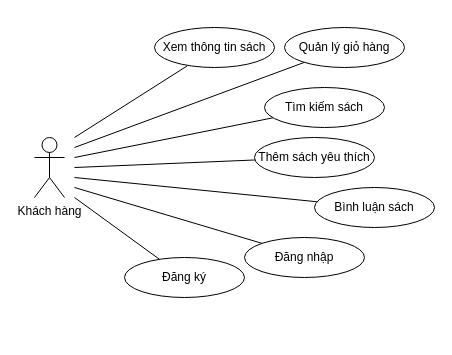
Before: page "KhachHang" (2 of 5) of usecase.drawio in QuangHuy2201/FinalProject-Diagrams, a draw.io diagram. Source tidied: cells renumbered, new cells numbered last; positions are measured from the earlier drawing's top-left corner, leaving out a move shared by most shapes. Both pictures are drawn from the tidied source at 100%, with x=0, y=0 at pixel (34, 27).
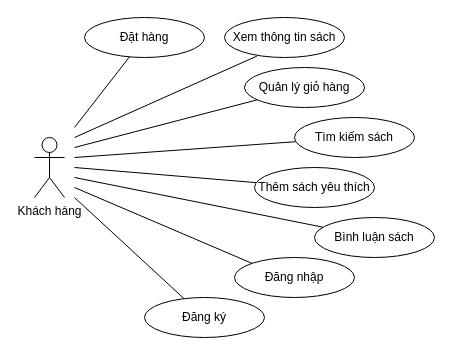
The same diagram, later.

What changed in the source:
```diff
@@
     <mxCell id="4" value="Đăng ký" style="ellipse;whiteSpace=wrap;html=1;" parent="1" vertex="1">
-      <mxGeometry x="90" y="230" width="120" height="40" as="geometry" />
+      <mxGeometry x="110" y="270" width="120" height="40" as="geometry" />
     </mxCell>
     <mxCell id="5" value="Xem thông tin sách" style="ellipse;whiteSpace=wrap;html=1;" parent="1" vertex="1">
-      <mxGeometry x="120" width="120" height="40" as="geometry" />
+      <mxGeometry x="190" y="-10" width="120" height="40" as="geometry" />
     </mxCell>
@@
     <mxCell id="7" value="Quản lý giỏ hàng" style="ellipse;whiteSpace=wrap;html=1;" parent="1" vertex="1">
-      <mxGeometry x="250" width="120" height="40" as="geometry" />
+      <mxGeometry x="210" y="40" width="120" height="40" as="geometry" />
     </mxCell>
@@
     <mxCell id="9" value="Tìm kiếm sách" style="ellipse;whiteSpace=wrap;html=1;" parent="1" vertex="1">
-      <mxGeometry x="230" y="60" width="120" height="40" as="geometry" />
+      <mxGeometry x="260" y="90" width="120" height="40" as="geometry" />
     </mxCell>
@@
     <mxCell id="11" value="Đăng nhập" style="ellipse;whiteSpace=wrap;html=1;" parent="1" vertex="1">
-      <mxGeometry x="210" y="210" width="120" height="40" as="geometry" />
+      <mxGeometry x="200" y="230" width="120" height="40" as="geometry" />
     </mxCell>
@@
     <mxCell id="14" value="Bình luận sách" style="ellipse;whiteSpace=wrap;html=1;" parent="1" vertex="1">
-      <mxGeometry x="280" y="160" width="120" height="40" as="geometry" />
+      <mxGeometry x="280" y="190" width="120" height="40" as="geometry" />
     </mxCell>
@@
     <mxCell id="16" value="Thêm sách yêu thích" style="ellipse;whiteSpace=wrap;html=1;" parent="1" vertex="1">
-      <mxGeometry x="220" y="110" width="120" height="40" as="geometry" />
+      <mxGeometry x="220" y="140" width="120" height="40" as="geometry" />
     </mxCell>
+    <mxCell id="17" style="rounded=0;jettySize=auto;html=1;endArrow=none;endFill=0;" parent="1" edge="1" source="18">
+      <mxGeometry relative="1" as="geometry">
+        <mxPoint x="40" y="100" as="targetPoint" />
+      </mxGeometry>
+    </mxCell>
+    <mxCell id="18" value="Đặt hàng" style="ellipse;whiteSpace=wrap;html=1;" parent="1" vertex="1">
+      <mxGeometry x="50" y="-10" width="120" height="40" as="geometry" />
+    </mxCell>
```
